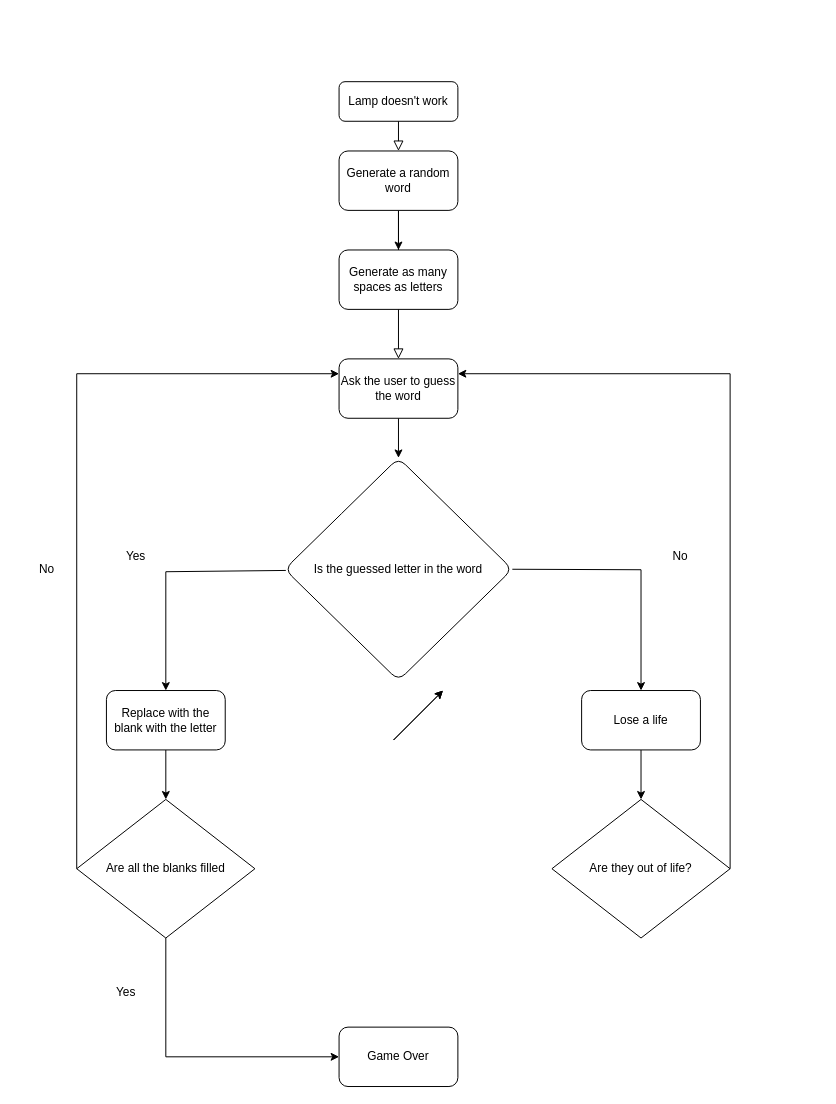
This is hangman.drawio from madhuptiwari/Python-Projects, a draw.io file, before an edit. Source tidied: cells renumbered, new cells numbered last; positions are measured from the earlier drawing's top-left corner, leaving out a move shared by most shapes. Both pictures are drawn from the tidied source at 99%, with x=0, y=0 at pixel (17, 81).
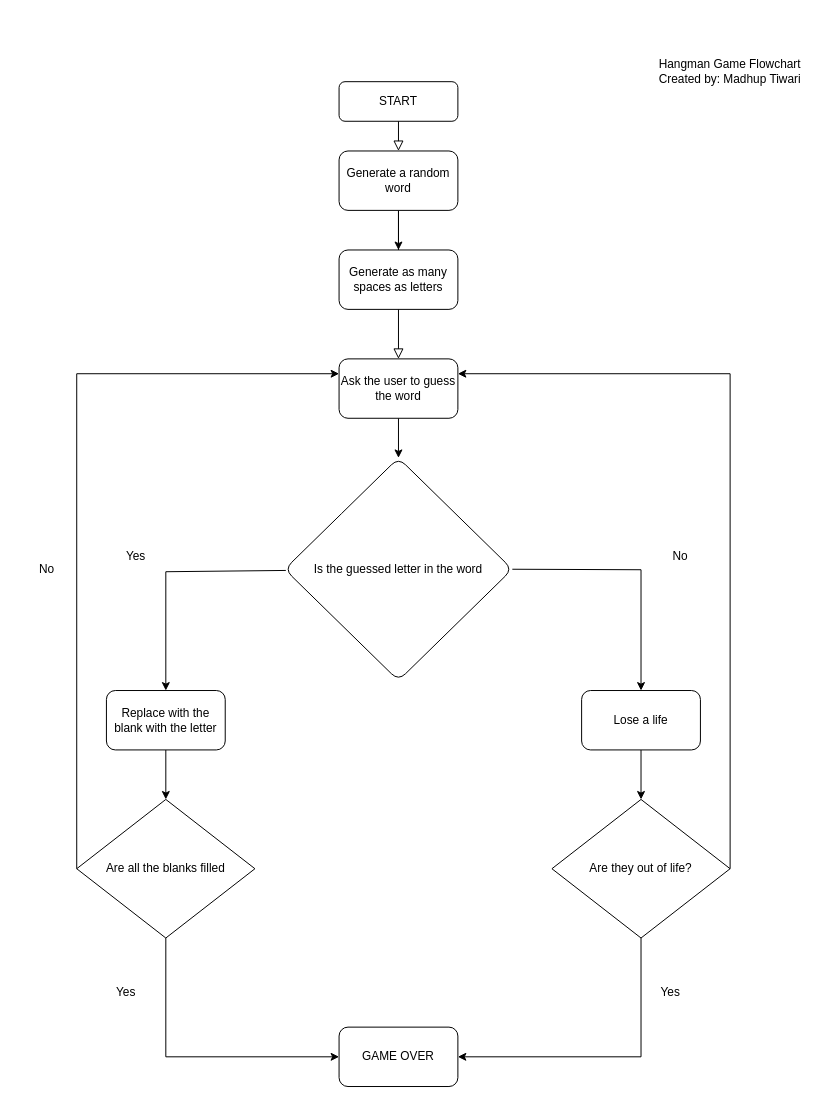
Above is the later version.

The change refers to these unchanged cells:
```xml
<mxCell id="19" value="Are they out of life?" style="rhombus;whiteSpace=wrap;html=1;" parent="1" vertex="1">
  <mxGeometry x="540" y="725" width="180" height="140" as="geometry" />
</mxCell>
```

Diff of the diagram source:
```diff
@@
-    <mxCell id="3" value="Lamp doesn't work" style="rounded=1;whiteSpace=wrap;html=1;fontSize=12;glass=0;strokeWidth=1;shadow=0;" parent="1" vertex="1">
+    <mxCell id="3" value="&lt;div&gt;START&lt;/div&gt;" style="rounded=1;whiteSpace=wrap;html=1;fontSize=12;glass=0;strokeWidth=1;shadow=0;" parent="1" vertex="1">
       <mxGeometry x="325" width="120" height="40" as="geometry" />
     </mxCell>
@@
-    <mxCell id="25" value="&lt;div&gt;Game Over&lt;/div&gt;" style="rounded=1;whiteSpace=wrap;html=1;" parent="1" vertex="1">
+    <mxCell id="25" value="GAME OVER" style="rounded=1;whiteSpace=wrap;html=1;" parent="1" vertex="1">
       <mxGeometry x="325" y="955" width="120" height="60" as="geometry" />
     </mxCell>
@@
-    <mxCell id="27" style="endArrow=classic;html=1;rounded=0;" parent="1" edge="1">
-      <mxGeometry relative="1" as="geometry">
-        <mxPoint x="380" y="665" as="sourcePoint" />
-        <mxPoint x="430" y="615" as="targetPoint" />
-      </mxGeometry>
-    </mxCell>
-    <mxCell id="28" style="endArrow=classic;html=1;rounded=0;" parent="1" edge="1">
-      <mxGeometry relative="1" as="geometry">
-        <mxPoint x="380" y="665" as="sourcePoint" />
-        <mxPoint x="430" y="615" as="targetPoint" />
-      </mxGeometry>
-    </mxCell>
+    <mxCell id="29" style="endArrow=classic;html=1;rounded=0;entryX=1;entryY=0.5;entryDx=0;entryDy=0;exitX=0.5;exitY=1;exitDx=0;exitDy=0;" parent="1" edge="1" source="19" target="25">
+      <mxGeometry relative="1" as="geometry">
+        <Array as="points">
+          <mxPoint x="630" y="985" />
+        </Array>
+      </mxGeometry>
+    </mxCell>
+    <mxCell id="30" value="&lt;div&gt;Yes&lt;/div&gt;" style="text;html=1;align=center;verticalAlign=middle;whiteSpace=wrap;rounded=0;" parent="1" vertex="1">
+      <mxGeometry x="630" y="905" width="60" height="30" as="geometry" />
+    </mxCell>
+    <mxCell id="31" value="&lt;div&gt;Hangman Game Flowchart&lt;/div&gt;&lt;div&gt;Created by: Madhup Tiwari&lt;br&gt;&lt;/div&gt;" style="text;html=1;align=center;verticalAlign=middle;whiteSpace=wrap;rounded=0;" parent="1" vertex="1">
+      <mxGeometry x="630" y="-65" width="180" height="110" as="geometry" />
+    </mxCell>
```
